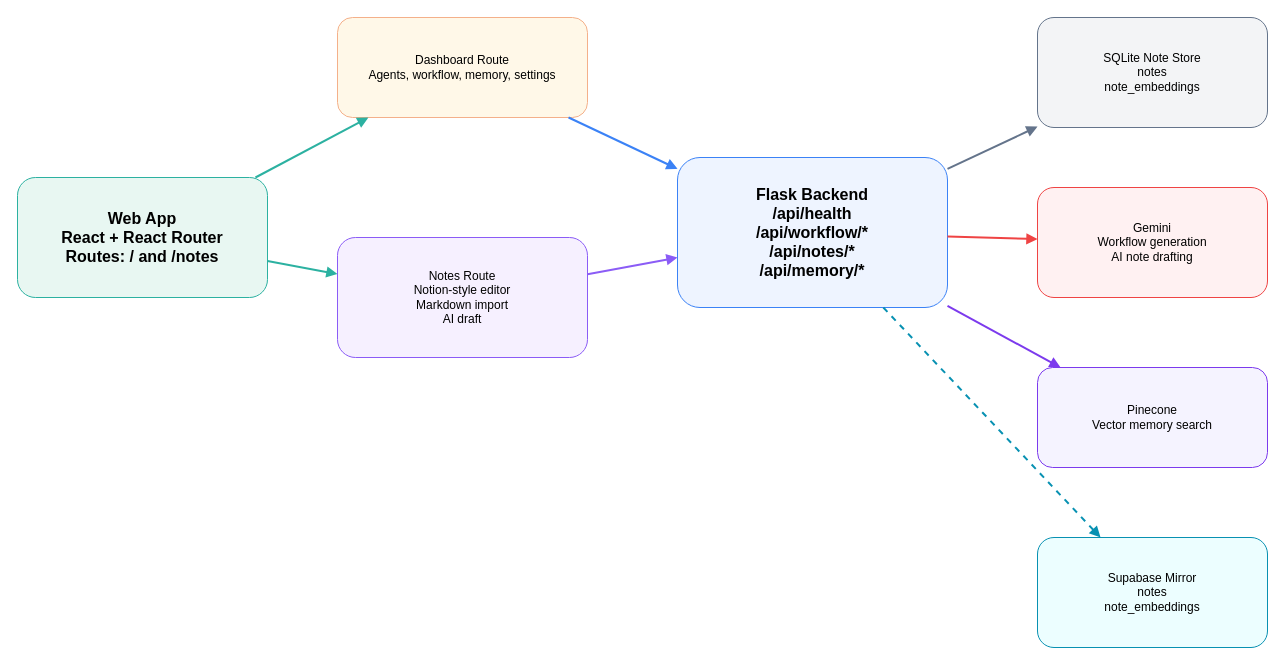
Above: docs/graphite-system-hld.drawio in krishnakumarbhat/Graphite (draw.io), before the change. Source tidied: cells renumbered, new cells numbered last; positions are measured from the earlier drawing's top-left corner, leaving out a move shared by most shapes. Both pictures are drawn from the tidied source at 100%, with x=0, y=0 at pixel (17, 17).
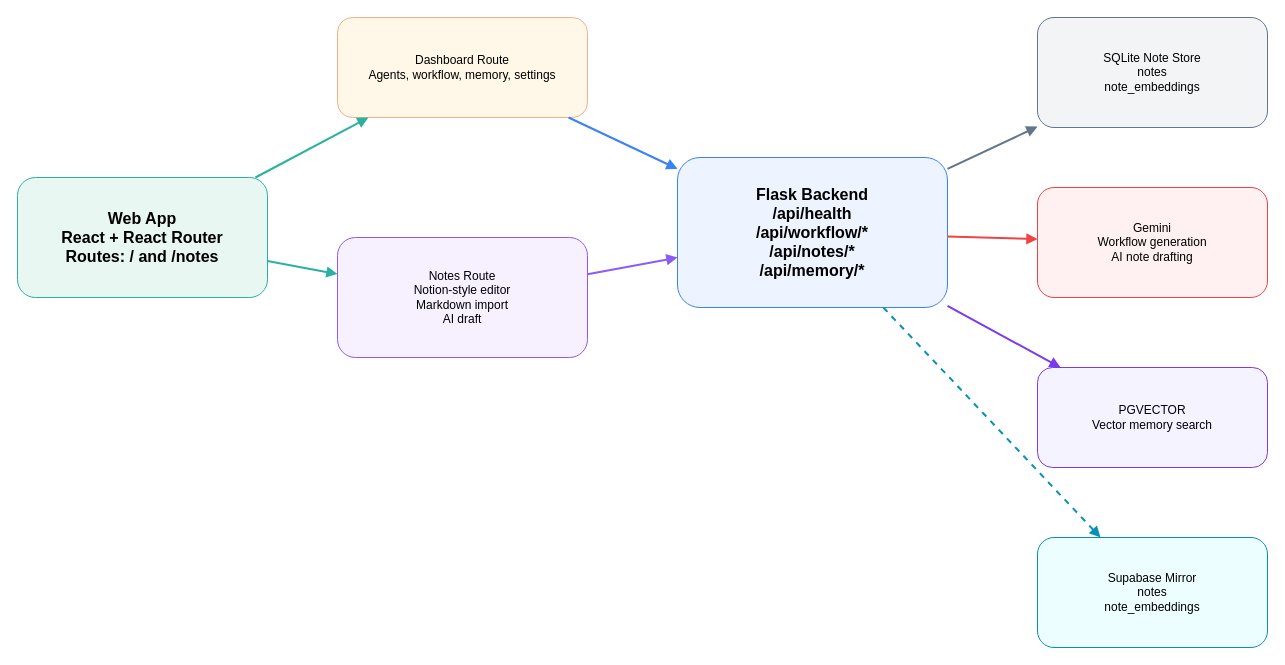
Above is the later version.

Change to the diagram source:
```diff
@@
 <mxGraphModel>
   <root>
     <mxCell id="0" />
     <mxCell id="1" parent="0" />
     <mxCell id="2" value="Web App&#10;React + React Router&#10;Routes: / and /notes" style="rounded=1;whiteSpace=wrap;html=1;fillColor=#e8f7f2;strokeColor=#2cb1a1;fontSize=16;fontStyle=1;" parent="1" vertex="1">
       <mxGeometry y="160" width="250" height="120" as="geometry" />
     </mxCell>
     <mxCell id="3" value="Dashboard Route&#10;Agents, workflow, memory, settings" style="rounded=1;whiteSpace=wrap;html=1;fillColor=#fff8e8;strokeColor=#f4b08a;" parent="1" vertex="1">
       <mxGeometry x="320" width="250" height="100" as="geometry" />
     </mxCell>
     <mxCell id="4" value="Notes Route&#10;Notion-style editor&#10;Markdown import&#10;AI draft" style="rounded=1;whiteSpace=wrap;html=1;fillColor=#f6f0ff;strokeColor=#8b5cf6;" parent="1" vertex="1">
       <mxGeometry x="320" y="220" width="250" height="120" as="geometry" />
     </mxCell>
     <mxCell id="5" value="Flask Backend&#10;/api/health&#10;/api/workflow/*&#10;/api/notes/*&#10;/api/memory/*" style="rounded=1;whiteSpace=wrap;html=1;fillColor=#eef4ff;strokeColor=#3b82f6;fontSize=16;fontStyle=1;" parent="1" vertex="1">
       <mxGeometry x="660" y="140" width="270" height="150" as="geometry" />
     </mxCell>
     <mxCell id="6" value="SQLite Note Store&#10;notes&#10;note_embeddings" style="rounded=1;whiteSpace=wrap;html=1;fillColor=#f3f4f6;strokeColor=#64748b;" parent="1" vertex="1">
       <mxGeometry x="1020" width="230" height="110" as="geometry" />
     </mxCell>
     <mxCell id="7" value="Gemini&#10;Workflow generation&#10;AI note drafting" style="rounded=1;whiteSpace=wrap;html=1;fillColor=#fff1f2;strokeColor=#ef4444;" parent="1" vertex="1">
       <mxGeometry x="1020" y="170" width="230" height="110" as="geometry" />
     </mxCell>
-    <mxCell id="8" value="Pinecone&#10;Vector memory search" style="rounded=1;whiteSpace=wrap;html=1;fillColor=#f5f3ff;strokeColor=#7c3aed;" parent="1" vertex="1">
+    <mxCell id="8" value="PGVECTOR&#10;Vector memory search" style="rounded=1;whiteSpace=wrap;html=1;fillColor=#f5f3ff;strokeColor=#7c3aed;" parent="1" vertex="1">
       <mxGeometry x="1020" y="350" width="230" height="100" as="geometry" />
     </mxCell>
     <mxCell id="9" value="Supabase Mirror&#10;notes&#10;note_embeddings" style="rounded=1;whiteSpace=wrap;html=1;fillColor=#ecfeff;strokeColor=#0891b2;" parent="1" vertex="1">
       <mxGeometry x="1020" y="520" width="230" height="110" as="geometry" />
     </mxCell>
     <mxCell id="10" style="endArrow=block;html=1;strokeColor=#2cb1a1;strokeWidth=2;" parent="1" edge="1" source="2" target="3">
       <mxGeometry relative="1" as="geometry" />
     </mxCell>
     <mxCell id="11" style="endArrow=block;html=1;strokeColor=#2cb1a1;strokeWidth=2;" parent="1" edge="1" source="2" target="4">
       <mxGeometry relative="1" as="geometry" />
     </mxCell>
     <mxCell id="12" style="endArrow=block;html=1;strokeColor=#3b82f6;strokeWidth=2;" parent="1" edge="1" source="3" target="5">
       <mxGeometry relative="1" as="geometry" />
     </mxCell>
     <mxCell id="13" style="endArrow=block;html=1;strokeColor=#8b5cf6;strokeWidth=2;" parent="1" edge="1" source="4" target="5">
       <mxGeometry relative="1" as="geometry" />
     </mxCell>
     <mxCell id="14" style="endArrow=block;html=1;strokeColor=#64748b;strokeWidth=2;" parent="1" edge="1" source="5" target="6">
       <mxGeometry relative="1" as="geometry" />
     </mxCell>
     <mxCell id="15" style="endArrow=block;html=1;strokeColor=#ef4444;strokeWidth=2;" parent="1" edge="1" source="5" target="7">
       <mxGeometry relative="1" as="geometry" />
     </mxCell>
     <mxCell id="16" style="endArrow=block;html=1;strokeColor=#7c3aed;strokeWidth=2;" parent="1" edge="1" source="5" target="8">
       <mxGeometry relative="1" as="geometry" />
     </mxCell>
     <mxCell id="17" style="endArrow=block;html=1;strokeColor=#0891b2;strokeWidth=2;dashed=1;" parent="1" edge="1" source="5" target="9">
       <mxGeometry relative="1" as="geometry" />
     </mxCell>
   </root>
 </mxGraphModel>
```
